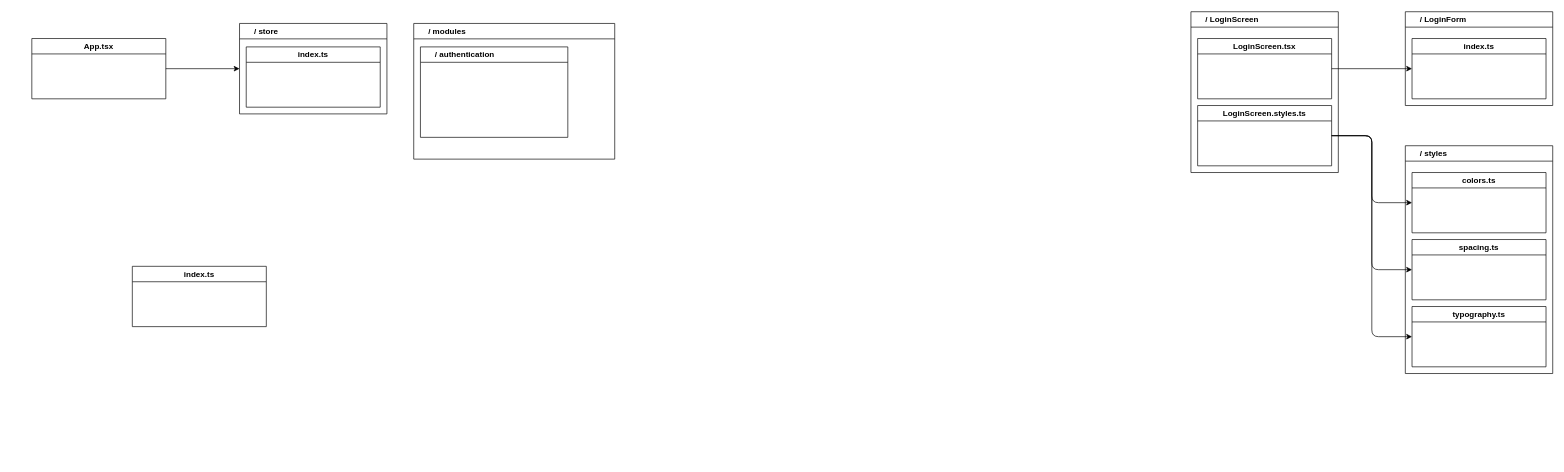
This is Doc/diagrama.drawio from git-GMHammes/projeto56300, a draw.io file, before an edit. Source tidied: cells renumbered, new cells numbered last; positions are measured from the earlier drawing's top-left corner, leaving out a move shared by most shapes. Both pictures are drawn from the tidied source at 67%, with x=0, y=0 at pixel (31, 11).
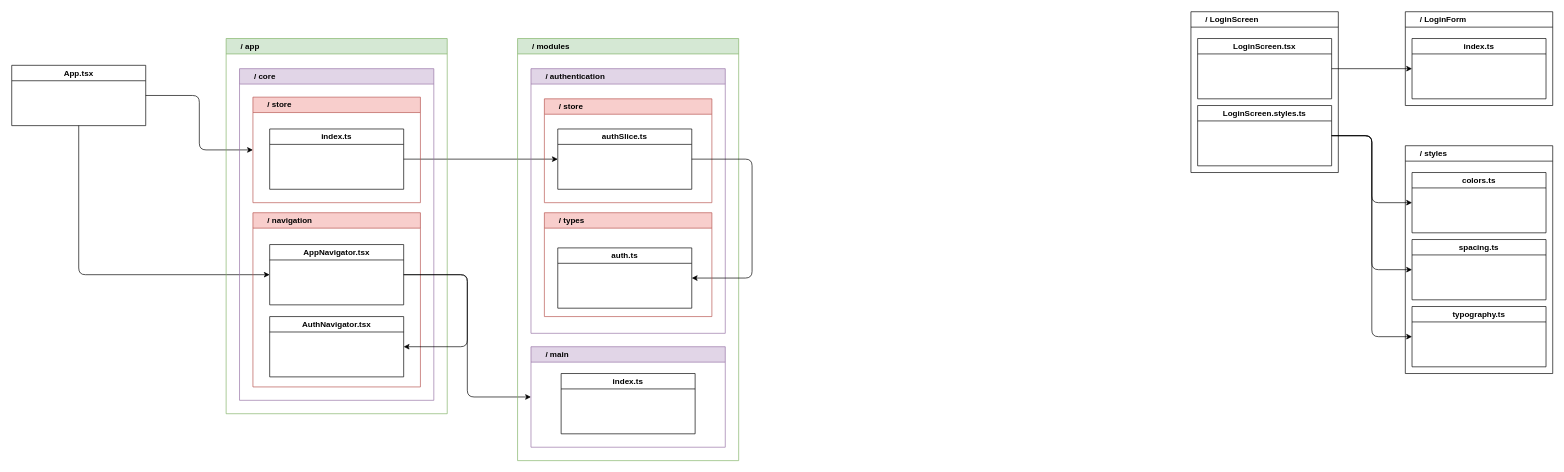
The same page after the edit.

Change to the diagram source:
```diff
@@
-    <mxCell id="13" style="edgeStyle=none;html=1;" parent="1" edge="1" source="14" target="19">
+    <mxCell id="13" style="edgeStyle=elbowEdgeStyle;html=1;entryX=0;entryY=0.5;entryDx=0;entryDy=0;" parent="1" edge="1" source="14" target="19">
       <mxGeometry relative="1" as="geometry" />
     </mxCell>
+    <mxCell id="24" style="edgeStyle=orthogonalEdgeStyle;html=1;entryX=0;entryY=0.5;entryDx=0;entryDy=0;exitX=0.5;exitY=1;exitDx=0;exitDy=0;" parent="1" edge="1" source="14" target="32">
+      <mxGeometry relative="1" as="geometry" />
+    </mxCell>
     <mxCell id="14" value="App.tsx" style="swimlane;whiteSpace=wrap;html=1;" parent="1" vertex="1">
-      <mxGeometry y="40" width="200" height="90" as="geometry" />
+      <mxGeometry x="-30" y="80" width="200" height="90" as="geometry" />
     </mxCell>
@@
+    <mxCell id="25" style="edgeStyle=none;html=1;entryX=0;entryY=0.5;entryDx=0;entryDy=0;" parent="1" edge="1" source="20" target="38">
+      <mxGeometry relative="1" as="geometry" />
+    </mxCell>
+    <mxCell id="26" style="group;" parent="1" vertex="1">
+      <mxGeometry x="290" y="40" width="360" height="560" as="geometry" />
+    </mxCell>
+    <mxCell id="27" value="/&amp;nbsp;app" style="swimlane;whiteSpace=wrap;html=1;align=left;spacingLeft=20;fillColor=#d5e8d4;strokeColor=#82b366;" parent="26" vertex="1">
+      <mxGeometry width="330" height="560" as="geometry" />
+    </mxCell>
+    <mxCell id="28" value="/&amp;nbsp;core" style="swimlane;whiteSpace=wrap;html=1;align=left;spacingLeft=20;fillColor=#e1d5e7;strokeColor=#9673a6;" parent="26" vertex="1">
+      <mxGeometry x="20" y="45" width="290" height="495" as="geometry" />
+    </mxCell>
-    <mxCell id="19" value="/&amp;nbsp;store" style="swimlane;whiteSpace=wrap;html=1;align=left;spacingLeft=20;" parent="1" vertex="1">
-      <mxGeometry x="310" y="17.5" width="220" height="135" as="geometry" />
+    <mxCell id="19" value="/&amp;nbsp;store" style="swimlane;whiteSpace=wrap;html=1;align=left;spacingLeft=20;fillColor=#f8cecc;strokeColor=#b85450;" parent="26" vertex="1">
+      <mxGeometry x="40" y="87.5" width="250" height="157.5" as="geometry" />
     </mxCell>
+    <mxCell id="29" value="/&amp;nbsp;navigation" style="swimlane;whiteSpace=wrap;html=1;align=left;spacingLeft=20;fillColor=#f8cecc;strokeColor=#b85450;" parent="26" vertex="1">
+      <mxGeometry x="40" y="260" width="250" height="260" as="geometry" />
+    </mxCell>
+    <mxCell id="30" value="AuthNavigator.tsx" style="swimlane;whiteSpace=wrap;html=1;" parent="29" vertex="1">
+      <mxGeometry x="25" y="155" width="200" height="90" as="geometry" />
+    </mxCell>
-    <mxCell id="20" value="index.ts" style="swimlane;whiteSpace=wrap;html=1;" parent="19" vertex="1">
-      <mxGeometry x="10" y="35" width="200" height="90" as="geometry" />
+    <mxCell id="20" value="index.ts" style="swimlane;whiteSpace=wrap;html=1;" parent="26" vertex="1">
+      <mxGeometry x="65" y="135" width="200" height="90" as="geometry" />
     </mxCell>
+    <mxCell id="31" style="edgeStyle=elbowEdgeStyle;html=1;entryX=1;entryY=0.5;entryDx=0;entryDy=0;exitX=1;exitY=0.5;exitDx=0;exitDy=0;" parent="26" edge="1" source="32" target="30">
+      <mxGeometry relative="1" as="geometry">
+        <Array as="points">
+          <mxPoint x="360" y="410" />
+        </Array>
+      </mxGeometry>
+    </mxCell>
+    <mxCell id="32" value="AppNavigator.tsx" style="swimlane;whiteSpace=wrap;html=1;" parent="26" vertex="1">
+      <mxGeometry x="65" y="307.5" width="200" height="90" as="geometry" />
+    </mxCell>
+    <mxCell id="33" style="edgeStyle=elbowEdgeStyle;html=1;entryX=0;entryY=0.5;entryDx=0;entryDy=0;exitX=1;exitY=0.5;exitDx=0;exitDy=0;" parent="1" edge="1" source="32" target="35">
+      <mxGeometry relative="1" as="geometry" />
+    </mxCell>
+    <mxCell id="34" style="group;" parent="1" vertex="1">
+      <mxGeometry x="725" y="40" width="350" height="630" as="geometry" />
+    </mxCell>
-    <mxCell id="21" value="/&amp;nbsp;modules" style="swimlane;whiteSpace=wrap;html=1;align=left;spacingLeft=20;" parent="1" vertex="1">
-      <mxGeometry x="570" y="17.5" width="300" height="202.5" as="geometry" />
+    <mxCell id="21" value="/&amp;nbsp;modules" style="swimlane;whiteSpace=wrap;html=1;align=left;spacingLeft=20;fillColor=#d5e8d4;strokeColor=#82b366;" parent="34" vertex="1">
+      <mxGeometry width="330" height="630" as="geometry" />
     </mxCell>
+    <mxCell id="35" value="/&amp;nbsp;main" style="swimlane;whiteSpace=wrap;html=1;align=left;spacingLeft=20;fillColor=#e1d5e7;strokeColor=#9673a6;" parent="21" vertex="1">
+      <mxGeometry x="20" y="460" width="290" height="150" as="geometry" />
+    </mxCell>
+    <mxCell id="23" value="index.ts" style="swimlane;whiteSpace=wrap;html=1;" parent="35" vertex="1">
+      <mxGeometry x="45" y="40" width="200" height="90" as="geometry" />
+    </mxCell>
-    <mxCell id="22" value="/&amp;nbsp;authentication" style="swimlane;whiteSpace=wrap;html=1;align=left;spacingLeft=20;" parent="21" vertex="1">
-      <mxGeometry x="10" y="35" width="220" height="135" as="geometry" />
+    <mxCell id="22" value="/&amp;nbsp;authentication" style="swimlane;whiteSpace=wrap;html=1;align=left;spacingLeft=20;fillColor=#e1d5e7;strokeColor=#9673a6;" parent="34" vertex="1">
+      <mxGeometry x="20" y="45" width="290" height="395" as="geometry" />
     </mxCell>
-    <mxCell id="23" value="index.ts" style="swimlane;whiteSpace=wrap;html=1;" parent="1" vertex="1">
-      <mxGeometry x="150" y="380" width="200" height="90" as="geometry" />
-    </mxCell>
+    <mxCell id="36" value="/&amp;nbsp;store" style="swimlane;whiteSpace=wrap;html=1;align=left;spacingLeft=20;fillColor=#f8cecc;strokeColor=#b85450;" parent="34" vertex="1">
+      <mxGeometry x="40" y="90" width="250" height="155" as="geometry" />
+    </mxCell>
+    <mxCell id="37" style="edgeStyle=elbowEdgeStyle;html=1;entryX=1;entryY=0.5;entryDx=0;entryDy=0;exitX=1;exitY=0.5;exitDx=0;exitDy=0;" parent="34" edge="1" source="38" target="39">
+      <mxGeometry relative="1" as="geometry">
+        <Array as="points">
+          <mxPoint x="350" y="270" />
+        </Array>
+      </mxGeometry>
+    </mxCell>
+    <mxCell id="38" value="authSlice.ts" style="swimlane;whiteSpace=wrap;html=1;" parent="34" vertex="1">
+      <mxGeometry x="60" y="135" width="200" height="90" as="geometry" />
+    </mxCell>
+    <mxCell id="39" value="auth.ts" style="swimlane;whiteSpace=wrap;html=1;" parent="34" vertex="1">
+      <mxGeometry x="60" y="312.5" width="200" height="90" as="geometry" />
+    </mxCell>
+    <mxCell id="40" value="/&amp;nbsp;types" style="swimlane;whiteSpace=wrap;html=1;align=left;spacingLeft=20;fillColor=#f8cecc;strokeColor=#b85450;" parent="34" vertex="1">
+      <mxGeometry x="40" y="260" width="250" height="155" as="geometry" />
+    </mxCell>
```
